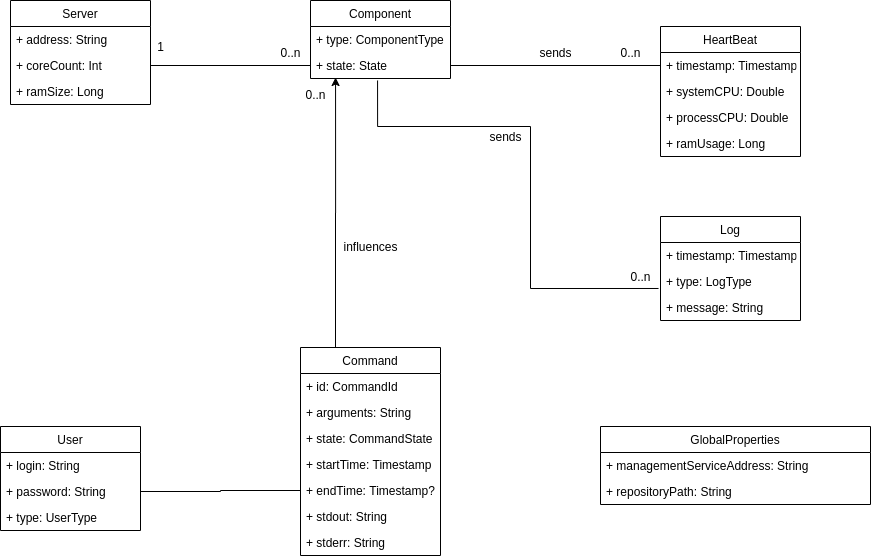
d-kozak/enticing keeps this draw.io diagram as img/management.png. Above is the earlier version. Source tidied: cells renumbered, new cells last; positions are measured from the earlier drawing's top-left corner, leaving out a move shared by most shapes.
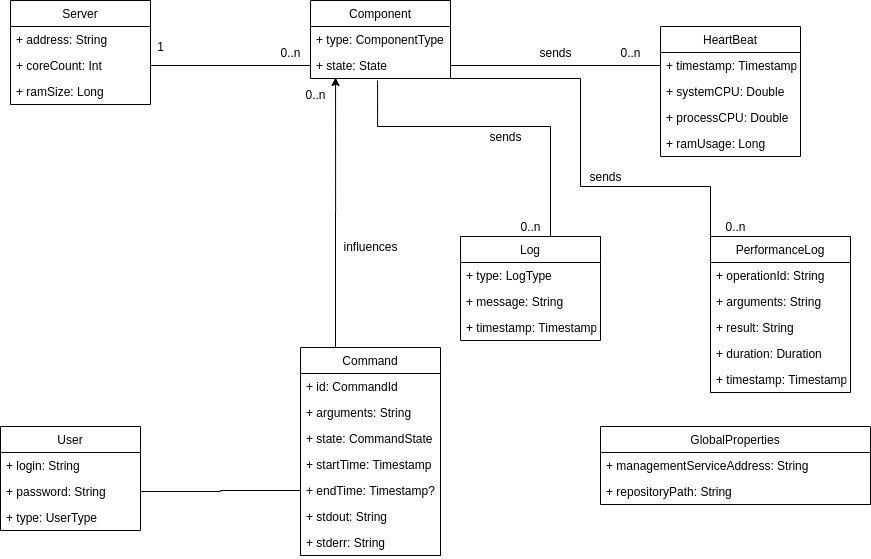
After the commit.

Commit message:
management: update the spec

Diff of the diagram source:
```diff
@@ -32,24 +32,11 @@
     <mxCell id="11" value="+ ramUsage: Long" style="text;strokeColor=none;fillColor=none;align=left;verticalAlign=top;spacingLeft=4;spacingRight=4;overflow=hidden;" parent="7" vertex="1">
       <mxGeometry y="104" width="140" height="26" as="geometry" />
     </mxCell>
-    <mxCell id="12" value="Log" style="swimlane;fontStyle=0;horizontal=1;startSize=26;fillColor=none;" parent="1" vertex="1">
-      <mxGeometry x="660" y="216" width="140" height="104" as="geometry" />
-    </mxCell>
-    <mxCell id="13" value="+ timestamp: Timestamp" style="text;strokeColor=none;fillColor=none;align=left;verticalAlign=top;spacingLeft=4;spacingRight=4;overflow=hidden;" parent="12" vertex="1">
-      <mxGeometry y="26" width="140" height="26" as="geometry" />
-    </mxCell>
-    <mxCell id="14" value="+ type: LogType" style="text;strokeColor=none;fillColor=none;align=left;verticalAlign=top;spacingLeft=4;spacingRight=4;overflow=hidden;points=[[0,0.5],[1,0.5]];portConstraint=eastwest;" parent="12" vertex="1">
-      <mxGeometry y="52" width="140" height="26" as="geometry" />
-    </mxCell>
-    <mxCell id="15" value="+ message: String" style="text;strokeColor=none;fillColor=none;align=left;verticalAlign=top;spacingLeft=4;spacingRight=4;overflow=hidden;" parent="12" vertex="1">
-      <mxGeometry y="78" width="140" height="26" as="geometry" />
-    </mxCell>
-    <mxCell id="16" style="edgeStyle=orthogonalEdgeStyle;rounded=0;jettySize=auto;html=1;exitX=0.479;exitY=1.077;exitDx=0;exitDy=0;entryX=-0.014;entryY=0.769;entryDx=0;entryDy=0;entryPerimeter=0;endArrow=none;endFill=0;exitPerimeter=0;" parent="1" edge="1" source="33" target="14">
+    <mxCell id="16" style="edgeStyle=orthogonalEdgeStyle;rounded=0;jettySize=auto;html=1;exitX=0.479;exitY=1.077;exitDx=0;exitDy=0;entryX=0.5;entryY=0;entryDx=0;entryDy=0;endArrow=none;endFill=0;exitPerimeter=0;" parent="1" edge="1" source="33" target="12">
       <mxGeometry relative="1" as="geometry">
         <Array as="points">
           <mxPoint x="377" y="126" />
-          <mxPoint x="530" y="126" />
-          <mxPoint x="530" y="288" />
+          <mxPoint x="550" y="126" />
         </Array>
       </mxGeometry>
     </mxCell>
@@ -93,7 +80,7 @@
       <mxGeometry x="610" y="42" width="40" height="20" as="geometry" />
     </mxCell>
     <mxCell id="30" value="0..n" style="text;html=1;align=center;verticalAlign=middle;" parent="1" vertex="1">
-      <mxGeometry x="620" y="266" width="40" height="20" as="geometry" />
+      <mxGeometry x="510" y="216" width="40" height="20" as="geometry" />
     </mxCell>
     <mxCell id="31" value="Component" style="swimlane;fontStyle=0;horizontal=1;startSize=26;fillColor=none;" parent="1" vertex="1">
       <mxGeometry x="310" width="140" height="78" as="geometry" />
@@ -140,5 +127,50 @@
     <mxCell id="45" value="+ type: UserType" style="text;strokeColor=none;fillColor=none;align=left;verticalAlign=top;spacingLeft=4;spacingRight=4;overflow=hidden;" parent="42" vertex="1">
       <mxGeometry y="78" width="140" height="26" as="geometry" />
     </mxCell>
+    <mxCell id="12" value="Log" style="swimlane;fontStyle=0;horizontal=1;startSize=26;fillColor=none;" parent="1" vertex="1">
+      <mxGeometry x="460" y="236" width="140" height="104" as="geometry" />
+    </mxCell>
+    <mxCell id="14" value="+ type: LogType" style="text;strokeColor=none;fillColor=none;align=left;verticalAlign=top;spacingLeft=4;spacingRight=4;overflow=hidden;points=[[0,0.5],[1,0.5]];portConstraint=eastwest;" parent="12" vertex="1">
+      <mxGeometry y="26" width="140" height="26" as="geometry" />
+    </mxCell>
+    <mxCell id="15" value="+ message: String" style="text;strokeColor=none;fillColor=none;align=left;verticalAlign=top;spacingLeft=4;spacingRight=4;overflow=hidden;" parent="12" vertex="1">
+      <mxGeometry y="52" width="140" height="26" as="geometry" />
+    </mxCell>
+    <mxCell id="13" value="+ timestamp: Timestamp" style="text;strokeColor=none;fillColor=none;align=left;verticalAlign=top;spacingLeft=4;spacingRight=4;overflow=hidden;" parent="12" vertex="1">
+      <mxGeometry y="78" width="140" height="26" as="geometry" />
+    </mxCell>
+    <mxCell id="46" value="PerformanceLog" style="swimlane;fontStyle=0;horizontal=1;startSize=26;fillColor=none;" parent="1" vertex="1">
+      <mxGeometry x="710" y="236" width="140" height="156" as="geometry" />
+    </mxCell>
+    <mxCell id="47" value="+ operationId: String" style="text;strokeColor=none;fillColor=none;align=left;verticalAlign=top;spacingLeft=4;spacingRight=4;overflow=hidden;" parent="46" vertex="1">
+      <mxGeometry y="26" width="140" height="26" as="geometry" />
+    </mxCell>
+    <mxCell id="48" value="+ arguments: String" style="text;strokeColor=none;fillColor=none;align=left;verticalAlign=top;spacingLeft=4;spacingRight=4;overflow=hidden;" parent="46" vertex="1">
+      <mxGeometry y="52" width="140" height="26" as="geometry" />
+    </mxCell>
+    <mxCell id="49" value="+ result: String" style="text;strokeColor=none;fillColor=none;align=left;verticalAlign=top;spacingLeft=4;spacingRight=4;overflow=hidden;" parent="46" vertex="1">
+      <mxGeometry y="78" width="140" height="26" as="geometry" />
+    </mxCell>
+    <mxCell id="50" value="+ duration: Duration" style="text;strokeColor=none;fillColor=none;align=left;verticalAlign=top;spacingLeft=4;spacingRight=4;overflow=hidden;" parent="46" vertex="1">
+      <mxGeometry y="104" width="140" height="26" as="geometry" />
+    </mxCell>
+    <mxCell id="51" value="+ timestamp: Timestamp" style="text;strokeColor=none;fillColor=none;align=left;verticalAlign=top;spacingLeft=4;spacingRight=4;overflow=hidden;points=[[0,0.5],[1,0.5]];portConstraint=eastwest;" parent="46" vertex="1">
+      <mxGeometry y="130" width="140" height="26" as="geometry" />
+    </mxCell>
+    <mxCell id="52" style="edgeStyle=orthogonalEdgeStyle;rounded=0;jettySize=auto;html=1;exitX=0;exitY=0.5;exitDx=0;exitDy=0;entryX=0.8;entryY=1;entryDx=0;entryDy=0;entryPerimeter=0;endArrow=none;endFill=0;" parent="1" edge="1" source="51" target="33">
+      <mxGeometry relative="1" as="geometry">
+        <Array as="points">
+          <mxPoint x="710" y="186" />
+          <mxPoint x="580" y="186" />
+          <mxPoint x="580" y="78" />
+        </Array>
+      </mxGeometry>
+    </mxCell>
+    <mxCell id="53" value="0..n" style="text;html=1;align=center;verticalAlign=middle;" parent="1" vertex="1">
+      <mxGeometry x="715" y="216" width="40" height="20" as="geometry" />
+    </mxCell>
+    <mxCell id="54" value="sends" style="text;html=1;align=center;verticalAlign=middle;" parent="1" vertex="1">
+      <mxGeometry x="580" y="166" width="50" height="20" as="geometry" />
+    </mxCell>
   </root>
 </mxGraphModel>
```
